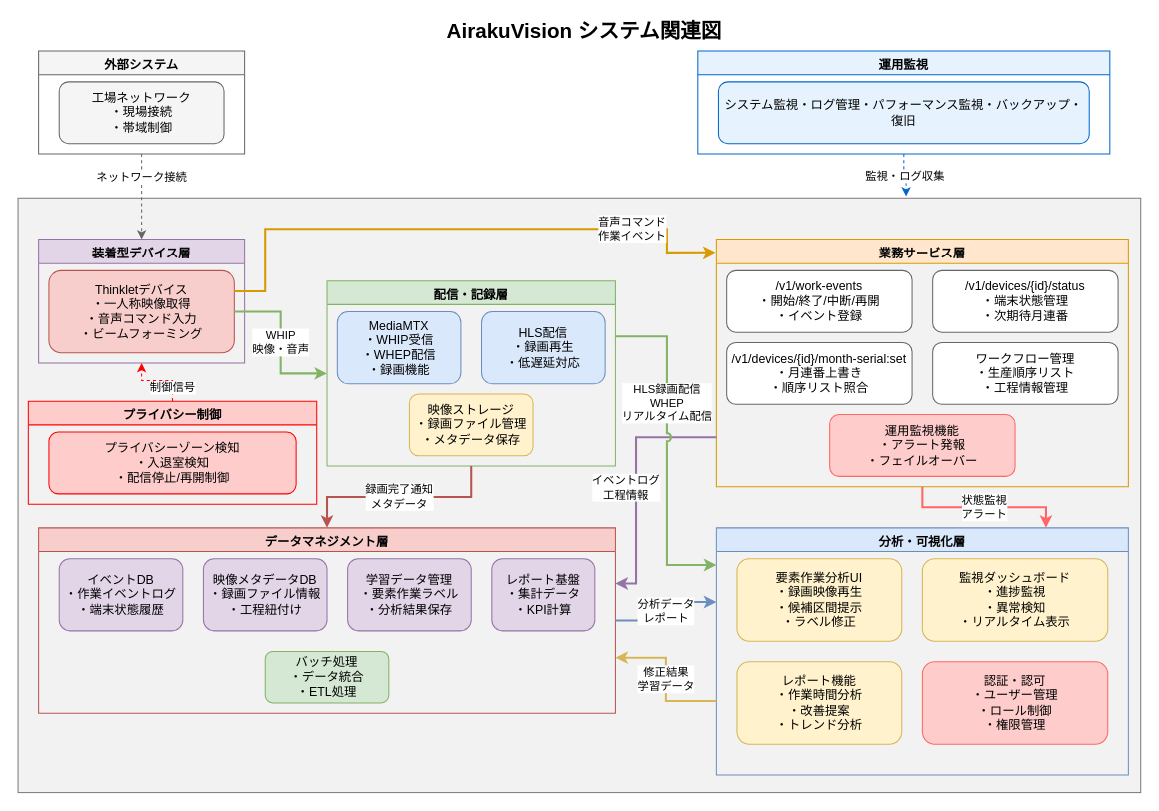
The draw.io diagram docs/03000_設計書/03000_システム基本設計/システム基本設計システム関連図.drawio in daichiTAAA/AirakuVision, before the edit. Source tidied: cells renumbered, new cells numbered last; positions are measured from the earlier drawing's top-left corner, leaving out a move shared by most shapes. Both pictures are drawn from the tidied source at 103%, with x=0, y=0 at pixel (18, 20).
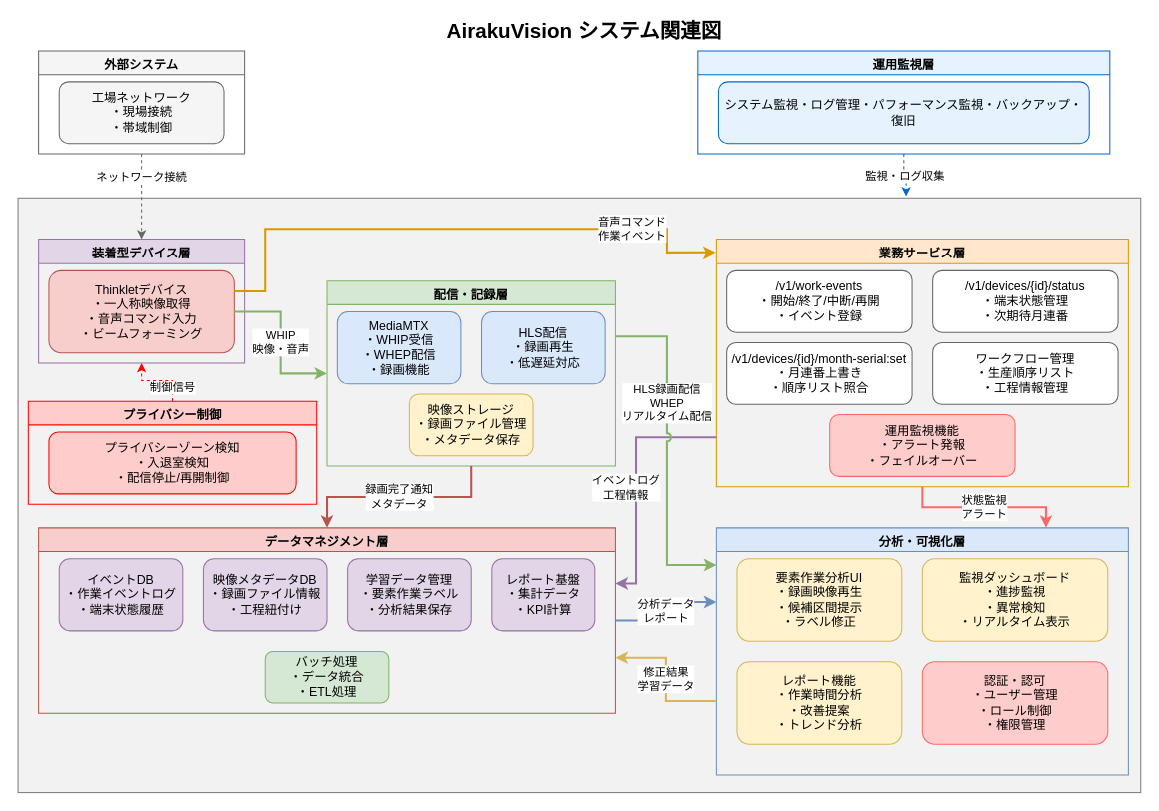
The same page after the edit.

What changed in the source:
```diff
@@
-    <mxCell id="30" value="運用監視" style="swimlane;fontStyle=1;align=center;verticalAlign=top;whiteSpace=wrap;html=1;fillColor=#e6f3ff;strokeColor=#0066cc;" parent="1" vertex="1">
+    <mxCell id="30" value="運用監視層" style="swimlane;fontStyle=1;align=center;verticalAlign=top;whiteSpace=wrap;html=1;fillColor=#e6f3ff;strokeColor=#0066cc;" parent="1" vertex="1">
       <mxGeometry x="660" y="30" width="400" height="100" as="geometry" />
     </mxCell>
```
